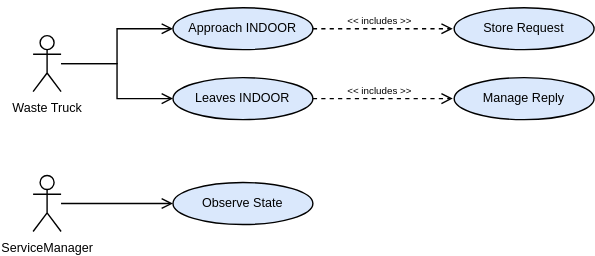
This is it.unibo.wasteservice/userDocs/imgs/UseCases.drawio.svg from TeamFAG/ISS-WasteService, a draw.io export, as it was before one commit. Source tidied: cells renumbered, new cells last; positions are measured from the earlier drawing's top-left corner, leaving out a move shared by most shapes. Source of this version:
```xml
<mxGraphModel>
  <root>
    <mxCell id="0" />
    <mxCell id="1" parent="0" />
    <mxCell id="2" style="edgeStyle=orthogonalEdgeStyle;rounded=0;jettySize=auto;html=1;entryX=0;entryY=0.5;entryDx=0;entryDy=0;fontSize=9;endArrow=open;endFill=0;" parent="1" edge="1" target="6">
      <mxGeometry relative="1" as="geometry">
        <mxPoint x="20" y="45" as="sourcePoint" />
      </mxGeometry>
    </mxCell>
    <mxCell id="3" style="edgeStyle=orthogonalEdgeStyle;rounded=0;jettySize=auto;html=1;entryX=0;entryY=0.5;entryDx=0;entryDy=0;fontSize=9;endArrow=open;endFill=0;startArrow=none;startFill=0;" parent="1" edge="1" source="4" target="8">
      <mxGeometry relative="1" as="geometry" />
    </mxCell>
    <mxCell id="4" value="Waste Truck" style="shape=umlActor;verticalLabelPosition=bottom;verticalAlign=top;html=1;outlineConnect=0;fontSize=9;strokeColor=#000000;strokeWidth=1;" parent="1" vertex="1">
      <mxGeometry y="25" width="20" height="40" as="geometry" />
    </mxCell>
    <mxCell id="5" style="edgeStyle=orthogonalEdgeStyle;rounded=0;jettySize=auto;html=1;fontSize=9;endArrow=open;endFill=0;dashed=1;" parent="1" edge="1" source="6">
      <mxGeometry relative="1" as="geometry">
        <mxPoint x="300" y="20" as="targetPoint" />
      </mxGeometry>
    </mxCell>
    <mxCell id="6" style="ellipse;whiteSpace=wrap;html=1;fontSize=9;strokeColor=#000000;strokeWidth=1;fillColor=#dae8fc;" parent="1" vertex="1">
      <mxGeometry x="100" y="5" width="100" height="30" as="geometry" />
    </mxCell>
    <mxCell id="7" value="ServiceManager" style="shape=umlActor;verticalLabelPosition=bottom;verticalAlign=top;html=1;fontSize=9;strokeColor=#000000;strokeWidth=1;" parent="1" vertex="1">
      <mxGeometry y="125" width="20" height="40" as="geometry" />
    </mxCell>
    <mxCell id="8" style="ellipse;whiteSpace=wrap;html=1;fontSize=9;strokeColor=#000000;strokeWidth=1;fillColor=#dae8fc;" parent="1" vertex="1">
      <mxGeometry x="100" y="55" width="100" height="30" as="geometry" />
    </mxCell>
    <mxCell id="9" value="Observe State" style="ellipse;whiteSpace=wrap;html=1;fontSize=9;strokeColor=#000000;strokeWidth=1;fillColor=#DAE8FC;" parent="1" vertex="1">
      <mxGeometry x="100" y="130" width="100" height="30" as="geometry" />
    </mxCell>
    <mxCell id="10" value="Approach INDOOR" style="text;html=1;strokeColor=none;fillColor=none;align=center;verticalAlign=middle;whiteSpace=wrap;rounded=0;fontSize=9;" parent="1" vertex="1">
      <mxGeometry x="110" y="5" width="80" height="30" as="geometry" />
    </mxCell>
    <mxCell id="11" style="ellipse;whiteSpace=wrap;html=1;fontSize=9;strokeColor=#000000;strokeWidth=1;fillColor=#DAE8FC;" parent="1" vertex="1">
      <mxGeometry x="301" y="5" width="100" height="30" as="geometry" />
    </mxCell>
    <mxCell id="12" value="Store Request" style="text;html=1;strokeColor=none;fillColor=none;align=center;verticalAlign=middle;whiteSpace=wrap;rounded=0;fontSize=9;" parent="1" vertex="1">
      <mxGeometry x="311" y="5" width="80" height="30" as="geometry" />
    </mxCell>
    <mxCell id="13" value="Leaves INDOOR" style="text;html=1;strokeColor=none;fillColor=none;align=center;verticalAlign=middle;whiteSpace=wrap;rounded=0;fontSize=9;" parent="1" vertex="1">
      <mxGeometry x="110" y="55" width="80" height="30" as="geometry" />
    </mxCell>
    <mxCell id="14" value="&amp;lt;&amp;lt; includes &amp;gt;&amp;gt;" style="text;html=1;strokeColor=none;fillColor=none;align=center;verticalAlign=middle;whiteSpace=wrap;rounded=0;fontSize=7;" parent="1" vertex="1">
      <mxGeometry x="208" width="80" height="30" as="geometry" />
    </mxCell>
    <mxCell id="15" style="edgeStyle=orthogonalEdgeStyle;rounded=0;orthogonalLoop=1;jettySize=auto;html=1;fontSize=9;endArrow=open;endFill=0;dashed=1;" parent="1" edge="1">
      <mxGeometry relative="1" as="geometry">
        <mxPoint x="200" y="70" as="sourcePoint" />
        <mxPoint x="300" y="70" as="targetPoint" />
      </mxGeometry>
    </mxCell>
    <mxCell id="16" style="ellipse;whiteSpace=wrap;html=1;fontSize=9;strokeColor=#000000;strokeWidth=1;fillColor=#DAE8FC;" parent="1" vertex="1">
      <mxGeometry x="301" y="55" width="100" height="30" as="geometry" />
    </mxCell>
    <mxCell id="17" value="Manage Reply" style="text;html=1;strokeColor=none;fillColor=none;align=center;verticalAlign=middle;whiteSpace=wrap;rounded=0;fontSize=9;" parent="1" vertex="1">
      <mxGeometry x="311" y="55" width="80" height="30" as="geometry" />
    </mxCell>
    <mxCell id="18" value="&amp;lt;&amp;lt; includes &amp;gt;&amp;gt;" style="text;html=1;strokeColor=none;fillColor=none;align=center;verticalAlign=middle;whiteSpace=wrap;rounded=0;fontSize=7;" parent="1" vertex="1">
      <mxGeometry x="208" y="50" width="80" height="30" as="geometry" />
    </mxCell>
    <mxCell id="19" style="edgeStyle=orthogonalEdgeStyle;rounded=0;orthogonalLoop=1;jettySize=auto;html=1;fontSize=9;endArrow=open;endFill=0;startArrow=none;startFill=0;" parent="1" edge="1">
      <mxGeometry relative="1" as="geometry">
        <mxPoint x="20" y="145" as="sourcePoint" />
        <mxPoint x="100" y="145" as="targetPoint" />
      </mxGeometry>
    </mxCell>
  </root>
</mxGraphModel>
```
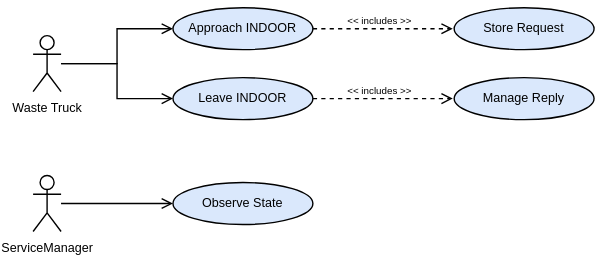
After the commit.

Commit message:
Use cases completed

The edit, as a diff of the source:
```diff
@@ -39,7 +39,7 @@
     <mxCell id="12" value="Store Request" style="text;html=1;strokeColor=none;fillColor=none;align=center;verticalAlign=middle;whiteSpace=wrap;rounded=0;fontSize=9;" parent="1" vertex="1">
       <mxGeometry x="311" y="5" width="80" height="30" as="geometry" />
     </mxCell>
-    <mxCell id="13" value="Leaves INDOOR" style="text;html=1;strokeColor=none;fillColor=none;align=center;verticalAlign=middle;whiteSpace=wrap;rounded=0;fontSize=9;" parent="1" vertex="1">
+    <mxCell id="13" value="Leave INDOOR" style="text;html=1;strokeColor=none;fillColor=none;align=center;verticalAlign=middle;whiteSpace=wrap;rounded=0;fontSize=9;" parent="1" vertex="1">
       <mxGeometry x="110" y="55" width="80" height="30" as="geometry" />
     </mxCell>
     <mxCell id="14" value="&amp;lt;&amp;lt; includes &amp;gt;&amp;gt;" style="text;html=1;strokeColor=none;fillColor=none;align=center;verticalAlign=middle;whiteSpace=wrap;rounded=0;fontSize=7;" parent="1" vertex="1">
```
